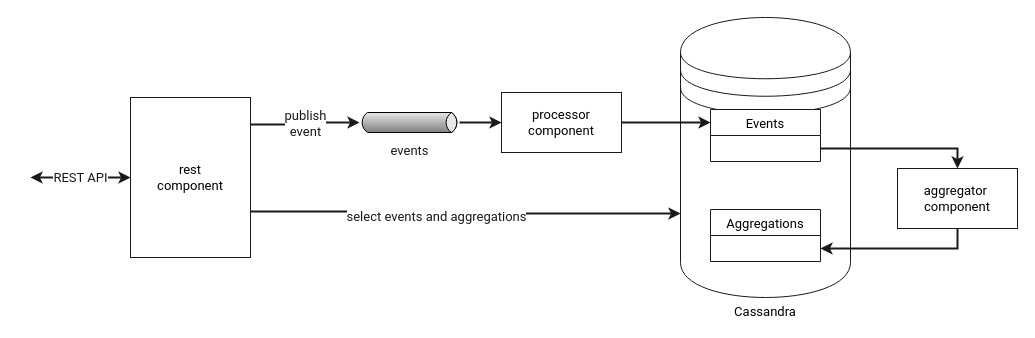
The draw.io diagram architecture.drawio in mgubaidullin/infinity, before the edit. Source tidied: cells renumbered, new cells numbered last; positions are measured from the earlier drawing's top-left corner, leaving out a move shared by most shapes. Both pictures are drawn from the tidied source at 100%, with x=0, y=0 at pixel (30, 17).
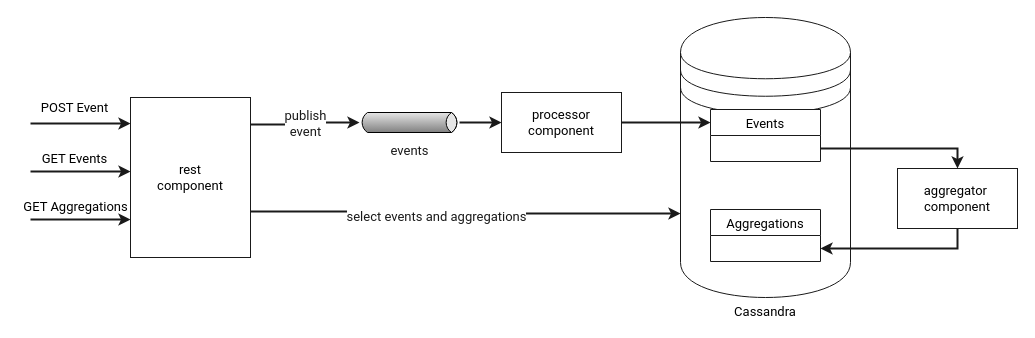
Above is the later version.

Unchanged cells that the change refers to:
```xml
<mxCell id="10" value="rest &lt;br style=&quot;font-size: 13px;&quot;&gt;component" style="rounded=0;whiteSpace=wrap;html=1;fontColor=#000000;labelBackgroundColor=none;labelBorderColor=none;fillColor=#FFFFFF;strokeColor=#1A1A1A;fontFamily=Roboto;FType=g;fontSize=13;" parent="1" vertex="1">
  <mxGeometry x="100" y="80" width="120" height="160" as="geometry" />
</mxCell>
```

The edit, as a diff of the source:
```diff
@@
-    <mxCell id="11" value="REST API" style="endArrow=classic;startArrow=classic;html=1;entryX=0;entryY=0.5;entryDx=0;entryDy=0;fontColor=#1A1A1A;labelBackgroundColor=#FFFFFF;labelBorderColor=none;strokeColor=#1A1A1A;strokeWidth=2;fontFamily=Roboto;fontSize=13;" parent="1" edge="1" target="10">
-      <mxGeometry relative="1" as="geometry">
-        <mxPoint y="160" as="sourcePoint" />
-      </mxGeometry>
-    </mxCell>
@@
+    <mxCell id="17" style="endArrow=classic;html=1;labelBackgroundColor=#333333;strokeColor=#1A1A1A;strokeWidth=2;fontFamily=Roboto;fontSize=13;fontColor=#000000;" parent="1" edge="1">
+      <mxGeometry relative="1" as="geometry">
+        <mxPoint y="106" as="sourcePoint" />
+        <mxPoint x="100" y="106" as="targetPoint" />
+      </mxGeometry>
+    </mxCell>
+    <mxCell id="18" value="POST Event" style="text;html=1;align=center;verticalAlign=middle;fontSize=13;fontFamily=Roboto;fontColor=#000000;" parent="1" vertex="1">
+      <mxGeometry x="5" y="80" width="78" height="20" as="geometry" />
+    </mxCell>
+    <mxCell id="19" style="endArrow=classic;html=1;labelBackgroundColor=#333333;strokeColor=#1A1A1A;strokeWidth=2;fontFamily=Roboto;fontSize=13;fontColor=#000000;" parent="1" edge="1">
+      <mxGeometry relative="1" as="geometry">
+        <mxPoint y="154" as="sourcePoint" />
+        <mxPoint x="100" y="154" as="targetPoint" />
+      </mxGeometry>
+    </mxCell>
+    <mxCell id="20" value="GET Events" style="text;html=1;align=center;verticalAlign=middle;fontSize=13;fontFamily=Roboto;fontColor=#000000;" parent="1" vertex="1">
+      <mxGeometry x="6" y="131" width="76" height="20" as="geometry" />
+    </mxCell>
+    <mxCell id="21" style="endArrow=classic;html=1;labelBackgroundColor=#333333;strokeColor=#1A1A1A;strokeWidth=2;fontFamily=Roboto;fontSize=13;fontColor=#000000;" parent="1" edge="1">
+      <mxGeometry relative="1" as="geometry">
+        <mxPoint y="202" as="sourcePoint" />
+        <mxPoint x="100" y="202" as="targetPoint" />
+      </mxGeometry>
+    </mxCell>
+    <mxCell id="22" value="GET Aggregations" style="text;html=1;align=center;verticalAlign=middle;fontSize=13;fontFamily=Roboto;fontColor=#000000;" parent="1" vertex="1">
+      <mxGeometry x="-13" y="179" width="115" height="20" as="geometry" />
+    </mxCell>
```
